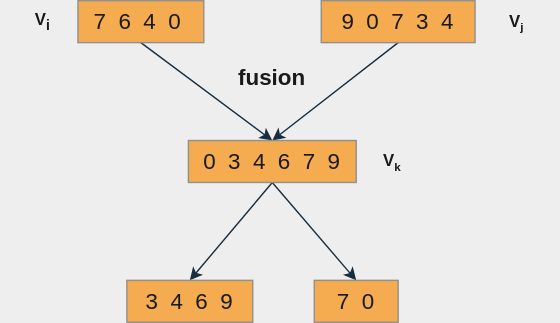
MapleFv/diagrams keeps this draw.io diagram as diagram.svg. Above is the earlier version. Source tidied: cells renumbered, new cells last; positions are measured from the earlier drawing's top-left corner, leaving out a move shared by most shapes.
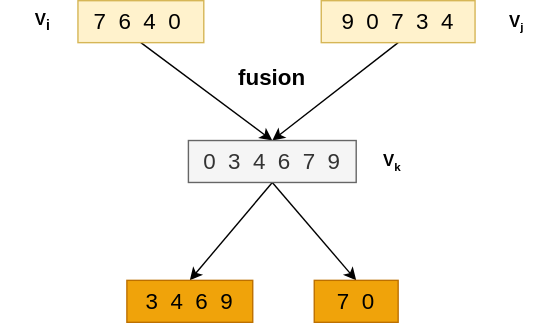
Later version of the same file.

Change to the diagram source:
```diff
@@ -1,44 +1,44 @@
-<mxGraphModel background="#EEEEEE">
+<mxGraphModel>
   <root>
     <mxCell id="0" />
     <mxCell id="1" parent="0" />
-    <mxCell id="2" value="V&lt;sub&gt;i&lt;/sub&gt;" style="text;html=1;strokeColor=none;fillColor=none;align=center;verticalAlign=middle;whiteSpace=wrap;rounded=0;fontStyle=1;fontColor=#1A1A1A;" parent="1" vertex="1">
+    <mxCell id="2" value="V&lt;sub&gt;i&lt;/sub&gt;" style="text;html=1;strokeColor=none;fillColor=none;align=center;verticalAlign=middle;whiteSpace=wrap;rounded=0;fontStyle=1;" parent="1" vertex="1">
       <mxGeometry width="60" height="30" as="geometry" />
     </mxCell>
-    <mxCell id="3" value="V&lt;span style=&quot;font-size: 10px;&quot;&gt;&lt;sub&gt;j&lt;/sub&gt;&lt;/span&gt;" style="text;html=1;strokeColor=none;fillColor=none;align=center;verticalAlign=middle;whiteSpace=wrap;rounded=0;fontStyle=1;fontColor=#1A1A1A;" parent="1" vertex="1">
+    <mxCell id="3" value="V&lt;span style=&quot;font-size: 10px;&quot;&gt;&lt;sub&gt;j&lt;/sub&gt;&lt;/span&gt;" style="text;html=1;strokeColor=none;fillColor=none;align=center;verticalAlign=middle;whiteSpace=wrap;rounded=0;fontStyle=1;" parent="1" vertex="1">
       <mxGeometry x="339" width="60" height="30" as="geometry" />
     </mxCell>
-    <mxCell id="4" style="rounded=0;jettySize=auto;html=1;exitX=0.5;exitY=1;exitDx=0;exitDy=0;entryX=0.5;entryY=0;entryDx=0;entryDy=0;fontSize=16;strokeWidth=1;labelBackgroundColor=#EEEEEE;strokeColor=#182E3E;fontColor=#1A1A1A;" parent="1" edge="1" source="5" target="10">
+    <mxCell id="4" style="rounded=0;jettySize=auto;html=1;exitX=0.5;exitY=1;exitDx=0;exitDy=0;entryX=0.5;entryY=0;entryDx=0;entryDy=0;fontSize=16;strokeWidth=1;" parent="1" edge="1" source="5" target="10">
       <mxGeometry relative="1" as="geometry" />
     </mxCell>
-    <mxCell id="5" value="7&amp;nbsp; 6&amp;nbsp; 4&amp;nbsp; 0&amp;nbsp;" style="rounded=0;whiteSpace=wrap;html=1;strokeWidth=1;fontSize=16;fillColor=#F5AB50;strokeColor=#909090;fontColor=#1A1A1A;" parent="1" vertex="1">
+    <mxCell id="5" value="7&amp;nbsp; 6&amp;nbsp; 4&amp;nbsp; 0&amp;nbsp;" style="rounded=0;whiteSpace=wrap;html=1;strokeWidth=1;fontSize=16;fillColor=#fff2cc;strokeColor=#d6b656;" parent="1" vertex="1">
       <mxGeometry x="55" width="90" height="30" as="geometry" />
     </mxCell>
-    <mxCell id="6" style="rounded=0;jettySize=auto;html=1;exitX=0.5;exitY=1;exitDx=0;exitDy=0;entryX=0.5;entryY=0;entryDx=0;entryDy=0;fontSize=16;labelBackgroundColor=#EEEEEE;strokeColor=#182E3E;fontColor=#1A1A1A;" parent="1" edge="1" source="7" target="10">
+    <mxCell id="6" style="rounded=0;jettySize=auto;html=1;exitX=0.5;exitY=1;exitDx=0;exitDy=0;entryX=0.5;entryY=0;entryDx=0;entryDy=0;fontSize=16;" parent="1" edge="1" source="7" target="10">
       <mxGeometry relative="1" as="geometry" />
     </mxCell>
-    <mxCell id="7" value="9&amp;nbsp; 0&amp;nbsp; 7&amp;nbsp; 3&amp;nbsp; 4" style="rounded=0;whiteSpace=wrap;html=1;strokeWidth=1;fontSize=16;fillColor=#F5AB50;strokeColor=#909090;fontColor=#1A1A1A;" parent="1" vertex="1">
+    <mxCell id="7" value="9&amp;nbsp; 0&amp;nbsp; 7&amp;nbsp; 3&amp;nbsp; 4" style="rounded=0;whiteSpace=wrap;html=1;strokeWidth=1;fontSize=16;fillColor=#fff2cc;strokeColor=#d6b656;" parent="1" vertex="1">
       <mxGeometry x="229" width="110" height="30" as="geometry" />
     </mxCell>
-    <mxCell id="8" style="edgeStyle=none;rounded=0;jettySize=auto;html=1;exitX=0.5;exitY=1;exitDx=0;exitDy=0;entryX=0.5;entryY=0;entryDx=0;entryDy=0;fontSize=16;strokeWidth=1;labelBackgroundColor=#EEEEEE;strokeColor=#182E3E;fontColor=#1A1A1A;" parent="1" edge="1" source="10" target="13">
+    <mxCell id="8" style="edgeStyle=none;rounded=0;jettySize=auto;html=1;exitX=0.5;exitY=1;exitDx=0;exitDy=0;entryX=0.5;entryY=0;entryDx=0;entryDy=0;fontSize=16;strokeWidth=1;" parent="1" edge="1" source="10" target="13">
       <mxGeometry relative="1" as="geometry" />
     </mxCell>
-    <mxCell id="9" style="edgeStyle=none;rounded=0;jettySize=auto;html=1;exitX=0.5;exitY=1;exitDx=0;exitDy=0;entryX=0.5;entryY=0;entryDx=0;entryDy=0;fontSize=16;strokeWidth=1;labelBackgroundColor=#EEEEEE;strokeColor=#182E3E;fontColor=#1A1A1A;" parent="1" edge="1" source="10" target="14">
+    <mxCell id="9" style="edgeStyle=none;rounded=0;jettySize=auto;html=1;exitX=0.5;exitY=1;exitDx=0;exitDy=0;entryX=0.5;entryY=0;entryDx=0;entryDy=0;fontSize=16;strokeWidth=1;" parent="1" edge="1" source="10" target="14">
       <mxGeometry relative="1" as="geometry" />
     </mxCell>
-    <mxCell id="10" value="0&amp;nbsp; 3&amp;nbsp; 4&amp;nbsp; 6&amp;nbsp; 7&amp;nbsp; 9" style="rounded=0;whiteSpace=wrap;html=1;strokeWidth=1;fontSize=16;align=center;fillColor=#F5AB50;strokeColor=#909090;fontColor=#1A1A1A;" parent="1" vertex="1">
+    <mxCell id="10" value="0&amp;nbsp; 3&amp;nbsp; 4&amp;nbsp; 6&amp;nbsp; 7&amp;nbsp; 9" style="rounded=0;whiteSpace=wrap;html=1;strokeWidth=1;fontSize=16;align=center;fillColor=#f5f5f5;fontColor=#333333;strokeColor=#666666;" parent="1" vertex="1">
       <mxGeometry x="134" y="100" width="120" height="30" as="geometry" />
     </mxCell>
-    <mxCell id="11" value="V&lt;span style=&quot;font-size: 10px;&quot;&gt;&lt;sub&gt;k&lt;/sub&gt;&lt;/span&gt;" style="text;html=1;strokeColor=none;fillColor=none;align=center;verticalAlign=middle;whiteSpace=wrap;rounded=0;fontStyle=1;fontColor=#1A1A1A;" parent="1" vertex="1">
+    <mxCell id="11" value="V&lt;span style=&quot;font-size: 10px;&quot;&gt;&lt;sub&gt;k&lt;/sub&gt;&lt;/span&gt;" style="text;html=1;strokeColor=none;fillColor=none;align=center;verticalAlign=middle;whiteSpace=wrap;rounded=0;fontStyle=1;" parent="1" vertex="1">
       <mxGeometry x="250" y="100" width="60" height="30" as="geometry" />
     </mxCell>
-    <mxCell id="12" value="&lt;b&gt;fusion&lt;/b&gt;" style="text;html=1;strokeColor=none;fillColor=none;align=center;verticalAlign=middle;whiteSpace=wrap;rounded=0;fontSize=16;fontColor=#1A1A1A;" parent="1" vertex="1">
+    <mxCell id="12" value="&lt;b&gt;fusion&lt;/b&gt;" style="text;html=1;strokeColor=none;fillColor=none;align=center;verticalAlign=middle;whiteSpace=wrap;rounded=0;fontSize=16;" parent="1" vertex="1">
       <mxGeometry x="164" y="40" width="60" height="30" as="geometry" />
     </mxCell>
-    <mxCell id="13" value="3&amp;nbsp; 4&amp;nbsp; 6&amp;nbsp; 9" style="rounded=0;whiteSpace=wrap;html=1;strokeWidth=1;fontSize=16;fillColor=#F5AB50;strokeColor=#909090;fontColor=#1A1A1A;" parent="1" vertex="1">
+    <mxCell id="13" value="3&amp;nbsp; 4&amp;nbsp; 6&amp;nbsp; 9" style="rounded=0;whiteSpace=wrap;html=1;strokeWidth=1;fontSize=16;fillColor=#f0a30a;fontColor=#000000;strokeColor=#BD7000;" parent="1" vertex="1">
       <mxGeometry x="90" y="200" width="90" height="30" as="geometry" />
     </mxCell>
-    <mxCell id="14" value="7&amp;nbsp; 0" style="rounded=0;whiteSpace=wrap;html=1;strokeWidth=1;fontSize=16;fillColor=#F5AB50;strokeColor=#909090;fontColor=#1A1A1A;" parent="1" vertex="1">
+    <mxCell id="14" value="7&amp;nbsp; 0" style="rounded=0;whiteSpace=wrap;html=1;strokeWidth=1;fontSize=16;fillColor=#f0a30a;fontColor=#000000;strokeColor=#BD7000;" parent="1" vertex="1">
       <mxGeometry x="224" y="200" width="60" height="30" as="geometry" />
     </mxCell>
   </root>
```
